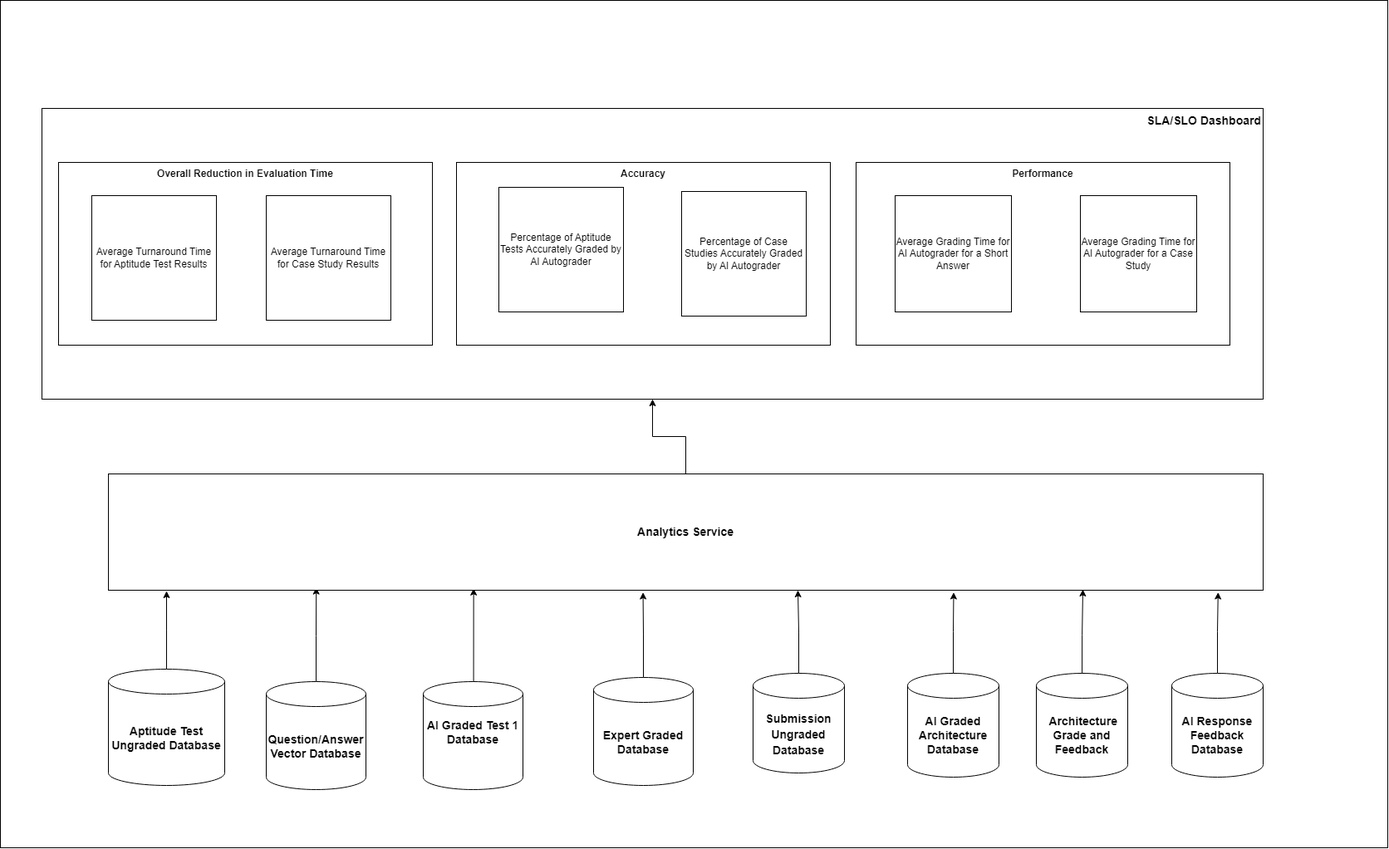
mmat1/skynet-ai-2025 keeps this draw.io diagram as diagrams/observability-dashboard.drawio.png. Above is the earlier version. Source tidied: cells renumbered, new cells last; positions are measured from the earlier drawing's top-left corner, leaving out a move shared by most shapes.
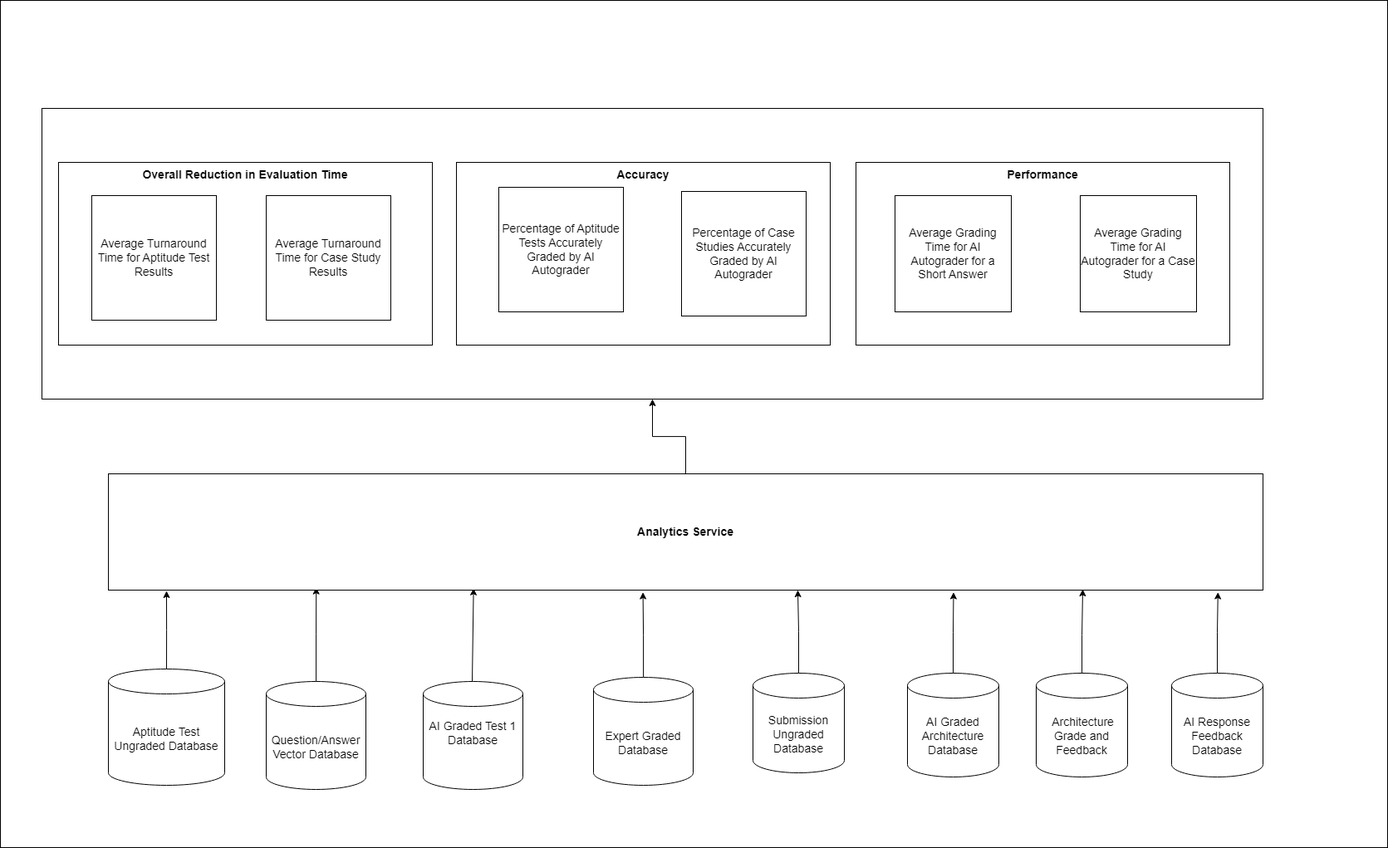
The same file after the commit.

What changed in the source:
```diff
@@ -2,28 +2,28 @@
   <root>
     <mxCell id="0" />
     <mxCell id="1" parent="0" />
-    <mxCell id="2" style="rounded=0;whiteSpace=wrap;html=1;" parent="1" vertex="1">
+    <mxCell id="2" style="rounded=0;whiteSpace=wrap;html=1;align=center;labelPosition=center;verticalLabelPosition=middle;verticalAlign=middle;fontSize=14;" parent="1" vertex="1">
       <mxGeometry width="1670" height="1020" as="geometry" />
     </mxCell>
-    <mxCell id="3" value="&lt;font style=&quot;font-size: 14px;&quot;&gt;&lt;b&gt;SLA/SLO Dashboard&lt;/b&gt;&lt;/font&gt;" style="rounded=0;whiteSpace=wrap;html=1;verticalAlign=top;align=right;" parent="1" vertex="1">
+    <mxCell id="3" value="&lt;font style=&quot;font-size: 14px;&quot;&gt;&lt;b style=&quot;font-size: 14px;&quot;&gt;SLA/SLO Dashboard&lt;/b&gt;&lt;/font&gt;" style="rounded=0;whiteSpace=wrap;html=1;verticalAlign=middle;align=center;labelPosition=center;verticalLabelPosition=middle;fontSize=14;" parent="1" vertex="1">
       <mxGeometry x="50" y="130" width="1470" height="350" as="geometry" />
     </mxCell>
-    <mxCell id="4" value="&lt;b&gt;&amp;nbsp;Overall Reduction in Evaluation Time&amp;nbsp;&lt;/b&gt;" style="rounded=0;whiteSpace=wrap;html=1;verticalAlign=top;align=center;labelBackgroundColor=default;" parent="1" vertex="1">
+    <mxCell id="4" value="&lt;b style=&quot;font-size: 14px;&quot;&gt;&amp;nbsp;Overall Reduction in Evaluation Time&amp;nbsp;&lt;/b&gt;" style="rounded=0;whiteSpace=wrap;html=1;verticalAlign=top;align=center;labelBackgroundColor=default;labelPosition=center;verticalLabelPosition=middle;fontSize=14;" parent="1" vertex="1">
       <mxGeometry x="70" y="195" width="450" height="220" as="geometry" />
     </mxCell>
-    <mxCell id="5" value="&lt;b&gt;Accuracy&lt;/b&gt;" style="rounded=0;whiteSpace=wrap;html=1;verticalAlign=top;align=center;labelBackgroundColor=default;" parent="1" vertex="1">
+    <mxCell id="5" value="&lt;b style=&quot;font-size: 14px;&quot;&gt;Accuracy&lt;/b&gt;" style="rounded=0;whiteSpace=wrap;html=1;verticalAlign=top;align=center;labelBackgroundColor=default;labelPosition=center;verticalLabelPosition=middle;fontSize=14;" parent="1" vertex="1">
       <mxGeometry x="549" y="195" width="450" height="220" as="geometry" />
     </mxCell>
-    <mxCell id="6" value="&lt;b&gt;Performance&lt;/b&gt;" style="rounded=0;whiteSpace=wrap;html=1;verticalAlign=top;align=center;labelBackgroundColor=default;" parent="1" vertex="1">
+    <mxCell id="6" value="&lt;b style=&quot;font-size: 14px;&quot;&gt;Performance&lt;/b&gt;" style="rounded=0;whiteSpace=wrap;html=1;verticalAlign=top;align=center;labelBackgroundColor=default;labelPosition=center;verticalLabelPosition=middle;fontSize=14;" parent="1" vertex="1">
       <mxGeometry x="1030" y="195" width="450" height="220" as="geometry" />
     </mxCell>
-    <mxCell id="7" style="edgeStyle=orthogonalEdgeStyle;rounded=0;jettySize=auto;html=1;entryX=0.18;entryY=0.976;entryDx=0;entryDy=0;entryPerimeter=0;" parent="1" edge="1" source="8" target="16">
+    <mxCell id="7" style="edgeStyle=orthogonalEdgeStyle;rounded=0;jettySize=auto;html=1;entryX=0.18;entryY=0.976;entryDx=0;entryDy=0;entryPerimeter=0;align=center;labelPosition=center;verticalLabelPosition=middle;verticalAlign=middle;fontSize=14;" parent="1" edge="1" source="8" target="16">
       <mxGeometry relative="1" as="geometry" />
     </mxCell>
-    <mxCell id="8" value="&lt;span style=&quot;font-size: 14px;&quot;&gt;&lt;b&gt;Question/Answer Vector Database&lt;/b&gt;&lt;/span&gt;" style="shape=cylinder3;whiteSpace=wrap;html=1;boundedLbl=1;backgroundOutline=1;size=15;strokeColor=default;align=center;verticalAlign=middle;fontFamily=Helvetica;fontSize=12;fontColor=default;fillColor=default;" parent="1" vertex="1">
+    <mxCell id="8" value="&lt;span style=&quot;font-size: 14px;&quot;&gt;&lt;span style=&quot;font-size: 14px;&quot;&gt;Question/Answer Vector Database&lt;/span&gt;&lt;/span&gt;" style="shape=cylinder3;whiteSpace=wrap;html=1;boundedLbl=1;backgroundOutline=1;size=15;strokeColor=default;align=center;verticalAlign=middle;fontFamily=Helvetica;fontSize=14;fontColor=default;fillColor=default;labelPosition=center;verticalLabelPosition=middle;fontStyle=0;" parent="1" vertex="1">
       <mxGeometry x="320" y="820" width="120" height="130" as="geometry" />
     </mxCell>
-    <mxCell id="9" style="edgeStyle=orthogonalEdgeStyle;rounded=0;orthogonalLoop=1;jettySize=auto;html=1;entryX=0.317;entryY=0.984;entryDx=0;entryDy=0;entryPerimeter=0;" parent="1" edge="1">
+    <mxCell id="9" style="edgeStyle=orthogonalEdgeStyle;rounded=0;orthogonalLoop=1;jettySize=auto;html=1;entryX=0.317;entryY=0.984;entryDx=0;entryDy=0;entryPerimeter=0;align=center;labelPosition=center;verticalLabelPosition=middle;verticalAlign=middle;fontSize=14;" parent="1" edge="1">
       <mxGeometry relative="1" as="geometry">
         <mxPoint x="568" y="820" as="sourcePoint" />
         <mxPoint x="569.6" y="707.8" as="targetPoint" />
@@ -32,44 +32,44 @@
         </Array>
       </mxGeometry>
     </mxCell>
-    <mxCell id="10" value="&lt;b&gt;&lt;font style=&quot;font-size: 14px;&quot;&gt;AI Graded Test 1 Database&lt;/font&gt;&lt;/b&gt;&lt;div&gt;&lt;b&gt;&lt;font style=&quot;font-size: 14px;&quot;&gt;&lt;br&gt;&lt;/font&gt;&lt;/b&gt;&lt;/div&gt;&lt;div&gt;&lt;b&gt;&lt;font style=&quot;font-size: 14px;&quot;&gt;&lt;br&gt;&lt;/font&gt;&lt;/b&gt;&lt;/div&gt;" style="shape=cylinder3;whiteSpace=wrap;html=1;boundedLbl=1;backgroundOutline=1;size=15;strokeColor=default;align=center;verticalAlign=middle;fontFamily=Helvetica;fontSize=12;fontColor=default;fillColor=default;" parent="1" vertex="1">
+    <mxCell id="10" value="&lt;span style=&quot;font-size: 14px;&quot;&gt;&lt;font style=&quot;font-size: 14px;&quot;&gt;AI Graded Test 1 Database&lt;/font&gt;&lt;/span&gt;&lt;div style=&quot;font-size: 14px;&quot;&gt;&lt;span style=&quot;font-size: 14px;&quot;&gt;&lt;font style=&quot;font-size: 14px;&quot;&gt;&lt;br style=&quot;font-size: 14px;&quot;&gt;&lt;/font&gt;&lt;/span&gt;&lt;/div&gt;&lt;div style=&quot;font-size: 14px;&quot;&gt;&lt;span style=&quot;font-size: 14px;&quot;&gt;&lt;font style=&quot;font-size: 14px;&quot;&gt;&lt;br style=&quot;font-size: 14px;&quot;&gt;&lt;/font&gt;&lt;/span&gt;&lt;/div&gt;" style="shape=cylinder3;whiteSpace=wrap;html=1;boundedLbl=1;backgroundOutline=1;size=15;strokeColor=default;align=center;verticalAlign=middle;fontFamily=Helvetica;fontSize=14;fontColor=default;fillColor=default;labelPosition=center;verticalLabelPosition=middle;fontStyle=0;" parent="1" vertex="1">
       <mxGeometry x="509" y="820" width="120" height="130" as="geometry" />
     </mxCell>
-    <mxCell id="11" style="edgeStyle=orthogonalEdgeStyle;rounded=0;jettySize=auto;html=1;entryX=0.463;entryY=1.018;entryDx=0;entryDy=0;entryPerimeter=0;" parent="1" edge="1" source="12" target="16">
+    <mxCell id="11" style="edgeStyle=orthogonalEdgeStyle;rounded=0;jettySize=auto;html=1;entryX=0.463;entryY=1.018;entryDx=0;entryDy=0;entryPerimeter=0;align=center;labelPosition=center;verticalLabelPosition=middle;verticalAlign=middle;fontSize=14;" parent="1" edge="1" source="12" target="16">
       <mxGeometry relative="1" as="geometry" />
     </mxCell>
-    <mxCell id="12" value="&lt;span style=&quot;font-size: 14px;&quot;&gt;&lt;b&gt;Expert Graded Database&lt;/b&gt;&lt;/span&gt;" style="shape=cylinder3;whiteSpace=wrap;html=1;boundedLbl=1;backgroundOutline=1;size=15;strokeColor=default;align=center;verticalAlign=middle;fontFamily=Helvetica;fontSize=12;fontColor=default;fillColor=default;" parent="1" vertex="1">
+    <mxCell id="12" value="&lt;span style=&quot;font-size: 14px;&quot;&gt;&lt;span style=&quot;font-size: 14px;&quot;&gt;Expert Graded Database&lt;/span&gt;&lt;/span&gt;" style="shape=cylinder3;whiteSpace=wrap;html=1;boundedLbl=1;backgroundOutline=1;size=15;strokeColor=default;align=center;verticalAlign=middle;fontFamily=Helvetica;fontSize=14;fontColor=default;fillColor=default;labelPosition=center;verticalLabelPosition=middle;fontStyle=0;" parent="1" vertex="1">
       <mxGeometry x="714" y="815" width="120" height="130" as="geometry" />
     </mxCell>
-    <mxCell id="13" style="edgeStyle=orthogonalEdgeStyle;rounded=0;jettySize=auto;html=1;exitX=0.5;exitY=0;exitDx=0;exitDy=0;exitPerimeter=0;" parent="1" edge="1" source="14">
+    <mxCell id="13" style="edgeStyle=orthogonalEdgeStyle;rounded=0;jettySize=auto;html=1;exitX=0.5;exitY=0;exitDx=0;exitDy=0;exitPerimeter=0;align=center;labelPosition=center;verticalLabelPosition=middle;verticalAlign=middle;fontSize=14;" parent="1" edge="1" source="14">
       <mxGeometry relative="1" as="geometry">
         <mxPoint x="200" y="711" as="targetPoint" />
       </mxGeometry>
     </mxCell>
-    <mxCell id="14" value="&lt;div style=&quot;&quot;&gt;&lt;font style=&quot;font-size: 14px;&quot;&gt;&lt;b&gt;Aptitude Test Ungraded Database&lt;/b&gt;&lt;/font&gt;&lt;/div&gt;" style="shape=cylinder3;whiteSpace=wrap;html=1;boundedLbl=1;backgroundOutline=1;size=15;" parent="1" vertex="1">
+    <mxCell id="14" value="&lt;div style=&quot;font-size: 14px;&quot;&gt;&lt;font style=&quot;font-size: 14px;&quot;&gt;&lt;span style=&quot;font-size: 14px;&quot;&gt;Aptitude Test Ungraded Database&lt;/span&gt;&lt;/font&gt;&lt;/div&gt;" style="shape=cylinder3;whiteSpace=wrap;html=1;boundedLbl=1;backgroundOutline=1;size=15;align=center;labelPosition=center;verticalLabelPosition=middle;verticalAlign=middle;fontStyle=0;fontSize=14;" parent="1" vertex="1">
       <mxGeometry x="130" y="805" width="140" height="140" as="geometry" />
     </mxCell>
-    <mxCell id="15" style="edgeStyle=orthogonalEdgeStyle;rounded=0;jettySize=auto;html=1;" parent="1" edge="1" source="16" target="3">
+    <mxCell id="15" style="edgeStyle=orthogonalEdgeStyle;rounded=0;jettySize=auto;html=1;align=center;labelPosition=center;verticalLabelPosition=middle;verticalAlign=middle;fontSize=14;" parent="1" edge="1" source="16" target="3">
       <mxGeometry relative="1" as="geometry" />
     </mxCell>
-    <mxCell id="16" value="&lt;b&gt;&lt;font style=&quot;font-size: 14px;&quot;&gt;Analytics Service&lt;/font&gt;&lt;/b&gt;" style="rounded=0;whiteSpace=wrap;html=1;" parent="1" vertex="1">
+    <mxCell id="16" value="&lt;b style=&quot;font-size: 14px;&quot;&gt;&lt;font style=&quot;font-size: 14px;&quot;&gt;Analytics Service&lt;/font&gt;&lt;/b&gt;" style="rounded=0;whiteSpace=wrap;html=1;align=center;labelPosition=center;verticalLabelPosition=middle;verticalAlign=middle;fontSize=14;" parent="1" vertex="1">
       <mxGeometry x="130" y="570" width="1390" height="140" as="geometry" />
     </mxCell>
-    <mxCell id="17" style="edgeStyle=orthogonalEdgeStyle;rounded=0;jettySize=auto;html=1;" parent="1" edge="1" source="18">
+    <mxCell id="17" style="edgeStyle=orthogonalEdgeStyle;rounded=0;jettySize=auto;html=1;align=center;labelPosition=center;verticalLabelPosition=middle;verticalAlign=middle;fontSize=14;" parent="1" edge="1" source="18">
       <mxGeometry relative="1" as="geometry">
         <mxPoint x="960" y="710" as="targetPoint" />
       </mxGeometry>
     </mxCell>
-    <mxCell id="18" value="&lt;font style=&quot;font-size: 14px;&quot;&gt;&lt;b&gt;Submission Ungraded Database&lt;/b&gt;&lt;/font&gt;" style="shape=cylinder3;whiteSpace=wrap;html=1;boundedLbl=1;backgroundOutline=1;size=15;fontSize=16;" parent="1" vertex="1">
+    <mxCell id="18" value="&lt;font style=&quot;font-size: 14px;&quot;&gt;&lt;span style=&quot;font-size: 14px;&quot;&gt;Submission Ungraded Database&lt;/span&gt;&lt;/font&gt;" style="shape=cylinder3;whiteSpace=wrap;html=1;boundedLbl=1;backgroundOutline=1;size=15;fontSize=14;align=center;labelPosition=center;verticalLabelPosition=middle;verticalAlign=middle;fontStyle=0;" parent="1" vertex="1">
       <mxGeometry x="906" y="810" width="110" height="120" as="geometry" />
     </mxCell>
-    <mxCell id="19" style="edgeStyle=orthogonalEdgeStyle;rounded=0;jettySize=auto;html=1;entryX=0.732;entryY=1.018;entryDx=0;entryDy=0;entryPerimeter=0;" parent="1" edge="1" source="20" target="16">
+    <mxCell id="19" style="edgeStyle=orthogonalEdgeStyle;rounded=0;jettySize=auto;html=1;entryX=0.732;entryY=1.018;entryDx=0;entryDy=0;entryPerimeter=0;align=center;labelPosition=center;verticalLabelPosition=middle;verticalAlign=middle;fontSize=14;" parent="1" edge="1" source="20" target="16">
       <mxGeometry relative="1" as="geometry" />
     </mxCell>
-    <mxCell id="20" value="&lt;div&gt;&lt;b&gt;&lt;font style=&quot;font-size: 14px;&quot;&gt;AI Graded Architecture Database&lt;/font&gt;&lt;/b&gt;&lt;/div&gt;" style="shape=cylinder3;whiteSpace=wrap;html=1;boundedLbl=1;backgroundOutline=1;size=15;" parent="1" vertex="1">
+    <mxCell id="20" value="&lt;div style=&quot;font-size: 14px;&quot;&gt;&lt;span style=&quot;font-size: 14px;&quot;&gt;&lt;font style=&quot;font-size: 14px;&quot;&gt;AI Graded Architecture Database&lt;/font&gt;&lt;/span&gt;&lt;/div&gt;" style="shape=cylinder3;whiteSpace=wrap;html=1;boundedLbl=1;backgroundOutline=1;size=15;align=center;labelPosition=center;verticalLabelPosition=middle;verticalAlign=middle;fontStyle=0;fontSize=14;" parent="1" vertex="1">
       <mxGeometry x="1092" y="810" width="110" height="125" as="geometry" />
     </mxCell>
-    <mxCell id="21" style="edgeStyle=orthogonalEdgeStyle;rounded=0;orthogonalLoop=1;jettySize=auto;html=1;" parent="1" edge="1">
+    <mxCell id="21" style="edgeStyle=orthogonalEdgeStyle;rounded=0;orthogonalLoop=1;jettySize=auto;html=1;align=center;labelPosition=center;verticalLabelPosition=middle;verticalAlign=middle;fontSize=14;" parent="1" edge="1">
       <mxGeometry relative="1" as="geometry">
         <mxPoint x="1302.1" y="819" as="sourcePoint" />
         <mxPoint x="1303" y="709" as="targetPoint" />
@@ -78,31 +78,31 @@
         </Array>
       </mxGeometry>
     </mxCell>
-    <mxCell id="22" value="&lt;div&gt;&lt;b&gt;&lt;font style=&quot;font-size: 14px;&quot;&gt;&amp;nbsp;Architecture Grade and Feedback&lt;/font&gt;&lt;/b&gt;&lt;/div&gt;" style="shape=cylinder3;whiteSpace=wrap;html=1;boundedLbl=1;backgroundOutline=1;size=15;" parent="1" vertex="1">
+    <mxCell id="22" value="&lt;div style=&quot;font-size: 14px;&quot;&gt;&lt;span style=&quot;font-size: 14px;&quot;&gt;&lt;font style=&quot;font-size: 14px;&quot;&gt;&amp;nbsp;Architecture Grade and Feedback&lt;/font&gt;&lt;/span&gt;&lt;/div&gt;" style="shape=cylinder3;whiteSpace=wrap;html=1;boundedLbl=1;backgroundOutline=1;size=15;align=center;labelPosition=center;verticalLabelPosition=middle;verticalAlign=middle;fontStyle=0;fontSize=14;" parent="1" vertex="1">
       <mxGeometry x="1247" y="810" width="110" height="125" as="geometry" />
     </mxCell>
-    <mxCell id="23" value="Average Turnaround Time for Aptitude Test Results" style="whiteSpace=wrap;html=1;" parent="1" vertex="1">
+    <mxCell id="23" value="Average Turnaround Time for Aptitude Test Results" style="whiteSpace=wrap;html=1;align=center;labelPosition=center;verticalLabelPosition=middle;verticalAlign=middle;fontSize=14;" parent="1" vertex="1">
       <mxGeometry x="110" y="235" width="150" height="150" as="geometry" />
     </mxCell>
-    <mxCell id="24" value="Average Turnaround Time for Case Study Results" style="whiteSpace=wrap;html=1;" parent="1" vertex="1">
+    <mxCell id="24" value="Average Turnaround Time for Case Study Results" style="whiteSpace=wrap;html=1;align=center;labelPosition=center;verticalLabelPosition=middle;verticalAlign=middle;fontSize=14;" parent="1" vertex="1">
       <mxGeometry x="320" y="235" width="150" height="150" as="geometry" />
     </mxCell>
-    <mxCell id="25" value="Percentage of Aptitude Tests Accurately Graded by AI Autograder" style="whiteSpace=wrap;html=1;" parent="1" vertex="1">
+    <mxCell id="25" value="Percentage of Aptitude Tests Accurately Graded by AI Autograder" style="whiteSpace=wrap;html=1;align=center;labelPosition=center;verticalLabelPosition=middle;verticalAlign=middle;fontSize=14;" parent="1" vertex="1">
       <mxGeometry x="600" y="225" width="150" height="150" as="geometry" />
     </mxCell>
-    <mxCell id="26" style="edgeStyle=orthogonalEdgeStyle;rounded=0;jettySize=auto;html=1;entryX=0.961;entryY=1.018;entryDx=0;entryDy=0;entryPerimeter=0;" parent="1" edge="1" source="27" target="16">
+    <mxCell id="26" style="edgeStyle=orthogonalEdgeStyle;rounded=0;jettySize=auto;html=1;entryX=0.961;entryY=1.018;entryDx=0;entryDy=0;entryPerimeter=0;align=center;labelPosition=center;verticalLabelPosition=middle;verticalAlign=middle;fontSize=14;" parent="1" edge="1" source="27" target="16">
       <mxGeometry relative="1" as="geometry" />
     </mxCell>
-    <mxCell id="27" value="&lt;div&gt;&lt;b&gt;&lt;font style=&quot;font-size: 14px;&quot;&gt;AI Response Feedback Database&lt;/font&gt;&lt;/b&gt;&lt;/div&gt;" style="shape=cylinder3;whiteSpace=wrap;html=1;boundedLbl=1;backgroundOutline=1;size=15;" parent="1" vertex="1">
+    <mxCell id="27" value="&lt;div style=&quot;font-size: 14px;&quot;&gt;&lt;span style=&quot;font-size: 14px;&quot;&gt;&lt;font style=&quot;font-size: 14px;&quot;&gt;AI Response Feedback Database&lt;/font&gt;&lt;/span&gt;&lt;/div&gt;" style="shape=cylinder3;whiteSpace=wrap;html=1;boundedLbl=1;backgroundOutline=1;size=15;align=center;labelPosition=center;verticalLabelPosition=middle;verticalAlign=middle;fontStyle=0;fontSize=14;" parent="1" vertex="1">
       <mxGeometry x="1410" y="810" width="110" height="125" as="geometry" />
     </mxCell>
-    <mxCell id="28" value="Percentage of Case Studies Accurately Graded by AI Autograder" style="whiteSpace=wrap;html=1;" parent="1" vertex="1">
+    <mxCell id="28" value="Percentage of Case Studies Accurately Graded by AI Autograder" style="whiteSpace=wrap;html=1;align=center;labelPosition=center;verticalLabelPosition=middle;verticalAlign=middle;fontSize=14;" parent="1" vertex="1">
       <mxGeometry x="820" y="230" width="150" height="150" as="geometry" />
     </mxCell>
-    <mxCell id="29" value="Average Grading Time for AI Autograder for a Short Answer" style="whiteSpace=wrap;html=1;" parent="1" vertex="1">
+    <mxCell id="29" value="Average Grading Time for AI Autograder for a Short Answer" style="whiteSpace=wrap;html=1;align=center;labelPosition=center;verticalLabelPosition=middle;verticalAlign=middle;fontSize=14;" parent="1" vertex="1">
       <mxGeometry x="1077" y="235" width="140" height="140" as="geometry" />
     </mxCell>
-    <mxCell id="30" value="Average Grading Time for AI Autograder for a Case Study" style="whiteSpace=wrap;html=1;" parent="1" vertex="1">
+    <mxCell id="30" value="Average Grading Time for AI Autograder for a Case Study" style="whiteSpace=wrap;html=1;align=center;labelPosition=center;verticalLabelPosition=middle;verticalAlign=middle;fontSize=14;" parent="1" vertex="1">
       <mxGeometry x="1300" y="235" width="140" height="140" as="geometry" />
     </mxCell>
   </root>
```
